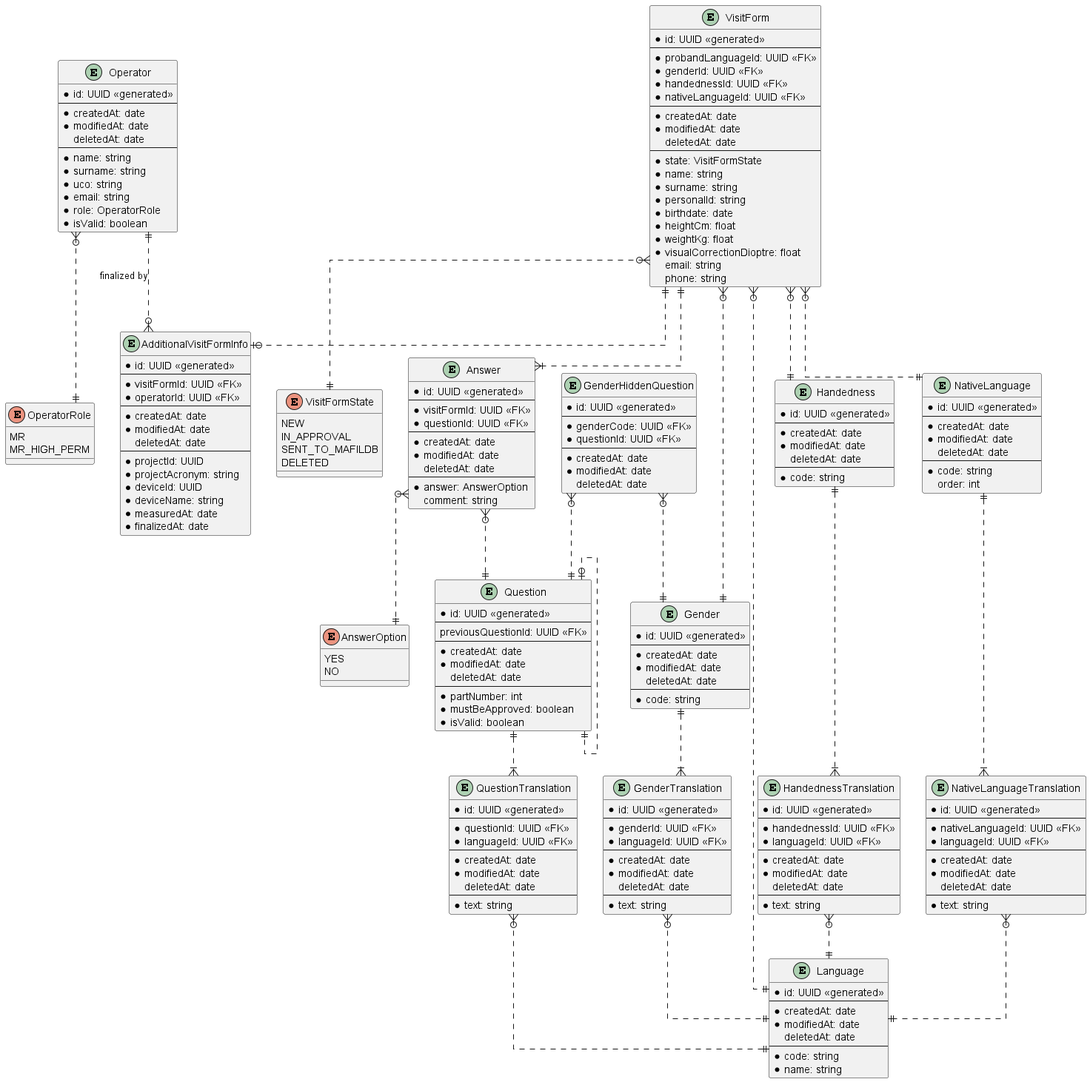
Before: docs/ERD.png, a diagram exported from PlantUML (lukas-kratochvil/mafil-proband-safety-questionnaire).
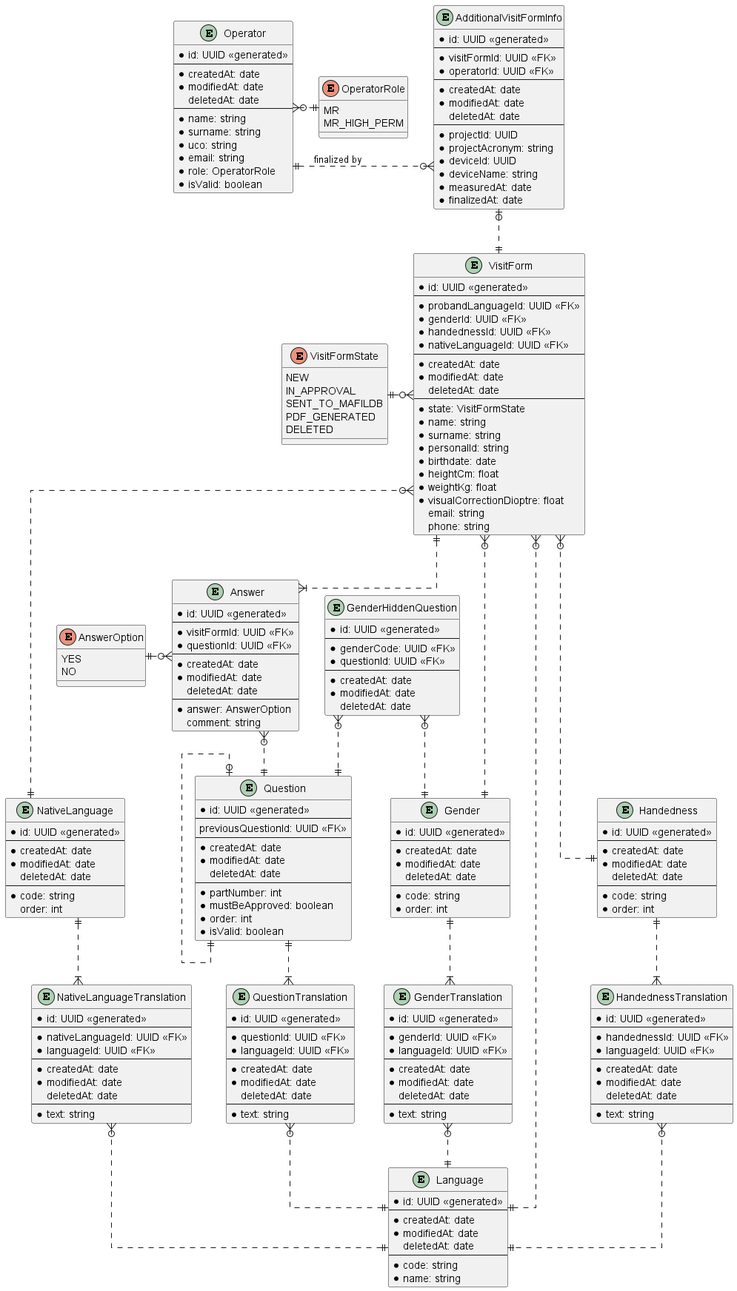
After the change.

Commit message:
fix: corrected ERD

Diff of the diagram source:
```diff
@@ -50,6 +50,7 @@
   NEW
   IN_APPROVAL
   SENT_TO_MAFILDB
+  PDF_GENERATED
   DELETED
 }
 
@@ -101,6 +102,7 @@
   ---
   * partNumber: int
   * mustBeApproved: boolean
+  * order: int
   * isValid: boolean
 }
 
@@ -136,6 +138,7 @@
   deletedAt: date
   ---
   * code: string
+  * order: int
 }
 
 entity GenderTranslation {
@@ -159,6 +162,7 @@
   deletedAt: date
   ---
   * code: string
+  * order: int
 }
 
 entity HandednessTranslation {
@@ -209,17 +213,17 @@
   * name: string
 }
 
-Operator }o..|| OperatorRole
-Operator ||..o{ AdditionalVisitFormInfo : finalized by
-VisitForm }o..|| VisitFormState
-VisitForm ||..o| AdditionalVisitFormInfo
+Operator }o.|| OperatorRole
+Operator ||.o{ AdditionalVisitFormInfo : finalized by
+AdditionalVisitFormInfo |o..|| VisitForm
+VisitFormState ||.o{ VisitForm
 VisitForm ||..|{ Answer
 VisitForm }o..|| Language
 VisitForm }o..|| Gender
-VisitForm }o..|| Handedness
-VisitForm }o..|| NativeLanguage
+VisitForm }o...|| Handedness
+VisitForm }o...|| NativeLanguage
 Answer }o..|| Question
-Answer }o..|| AnswerOption
+AnswerOption ||.o{ Answer
 Question |o..|| Question
 Question ||..|{ QuestionTranslation
 QuestionTranslation }o..|| Language
```
